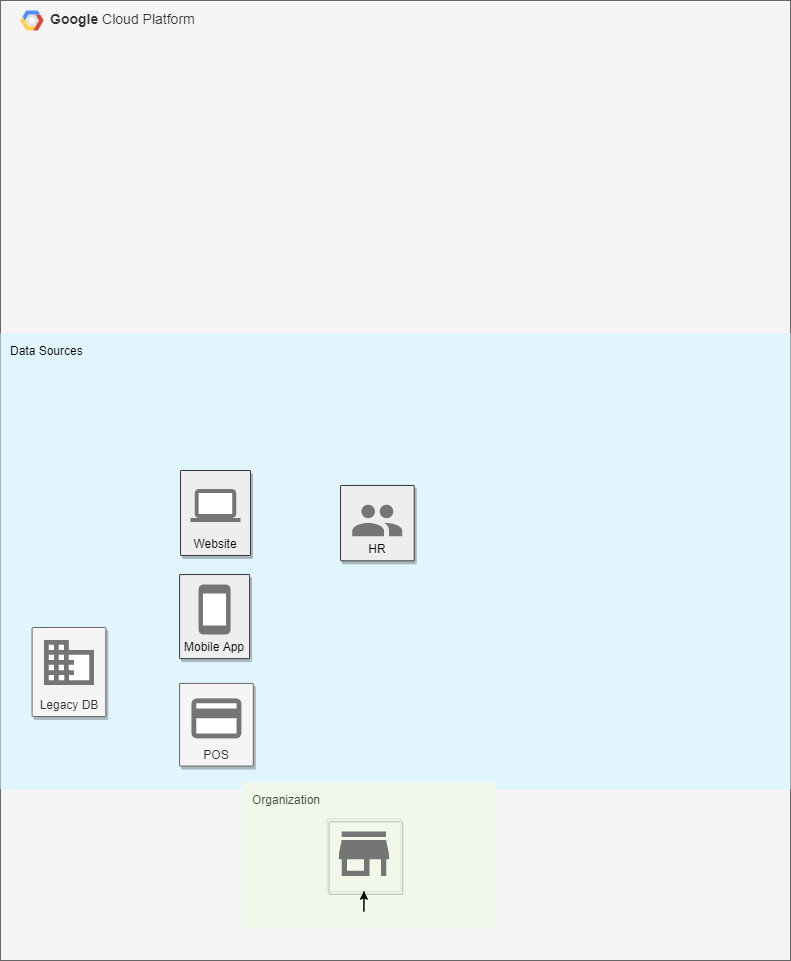
Above: DBTypes.png in praneethrachumallu/MultipleDBs2BQ (draw.io), before the change. Source tidied: cells renumbered, new cells last; positions are measured from the earlier drawing's top-left corner, leaving out a move shared by most shapes.
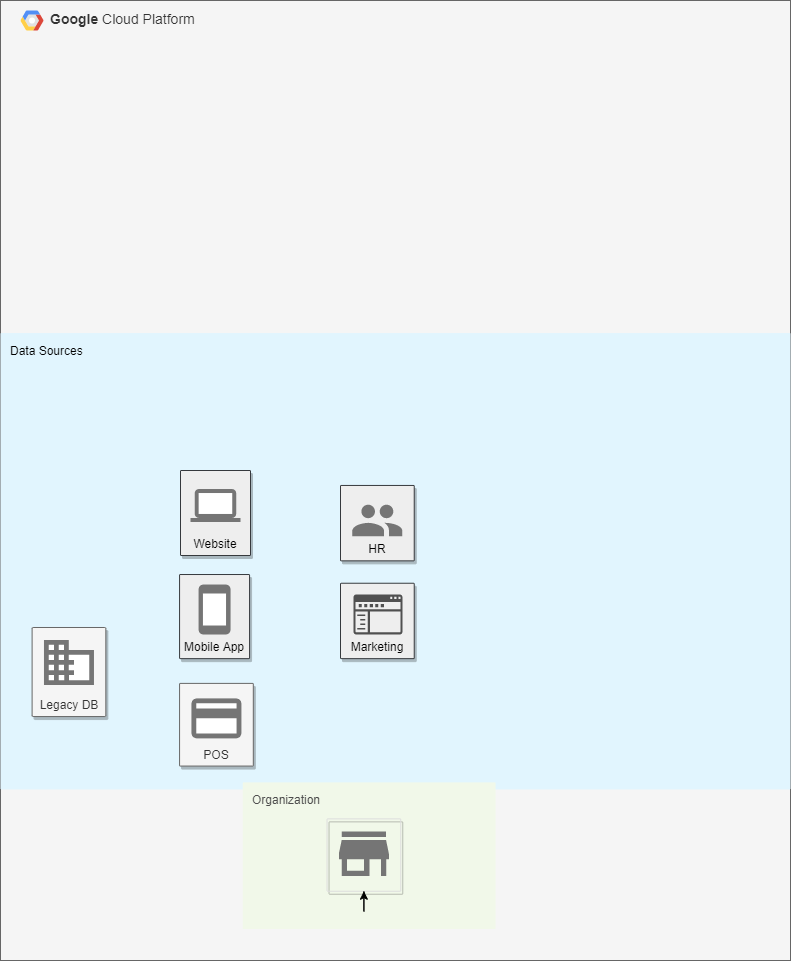
The same file after the commit.

Diff of the diagram source:
```diff
@@ -59,6 +59,9 @@
         <mxPoint x="-16" y="10" as="offset" />
       </mxGeometry>
     </mxCell>
+    <mxCell id="19" value="Marketing" style="strokeColor=#36393d;shadow=1;strokeWidth=1;rounded=1;absoluteArcSize=1;arcSize=2;labelPosition=center;verticalLabelPosition=middle;align=center;verticalAlign=bottom;spacingLeft=0;fontSize=12;whiteSpace=wrap;spacingBottom=2;fillColor=#eeeeee;fontColor=#000000;" parent="2" vertex="1">
+      <mxGeometry x="340" y="582.7" width="73.7" height="75.4" as="geometry" />
+    </mxCell>
     <mxCell id="17" value="Website" style="strokeColor=#36393d;shadow=1;strokeWidth=1;rounded=1;absoluteArcSize=1;arcSize=2;labelPosition=center;verticalLabelPosition=middle;align=center;verticalAlign=bottom;spacingLeft=0;fontSize=12;whiteSpace=wrap;spacingBottom=2;fillColor=#eeeeee;fontColor=#000000;" parent="1" vertex="1">
       <mxGeometry x="180" y="470" width="70" height="85" as="geometry" />
     </mxCell>
@@ -67,5 +70,8 @@
         <mxPoint x="-25" y="18.5" as="offset" />
       </mxGeometry>
     </mxCell>
+    <mxCell id="20" style="shadow=0;dashed=0;html=1;strokeColor=none;labelPosition=center;verticalLabelPosition=bottom;verticalAlign=top;align=center;fillColor=#505050;shape=mxgraph.mscae.intune.company_portal;fontColor=#000000;" parent="1" vertex="1">
+      <mxGeometry x="353" y="594" width="49" height="40" as="geometry" />
+    </mxCell>
   </root>
 </mxGraphModel>
```
